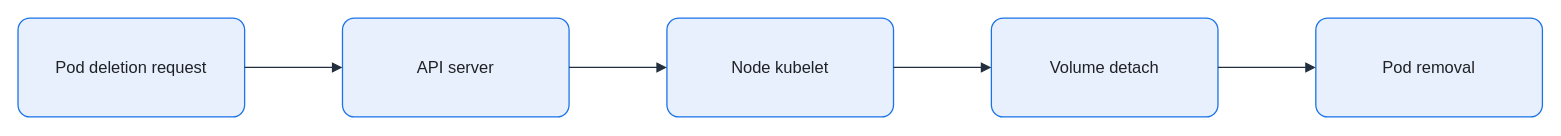
Above: assets/img/kubernetes/terminating-pod-troubleshooting.drawio in KKamJi98/kkamji98.github.io (draw.io), before the change. Source tidied: cells renumbered, new cells numbered last; positions are measured from the earlier drawing's top-left corner, leaving out a move shared by most shapes. Both pictures are drawn from the tidied source at 103%, with x=0, y=0 at pixel (18, 18).
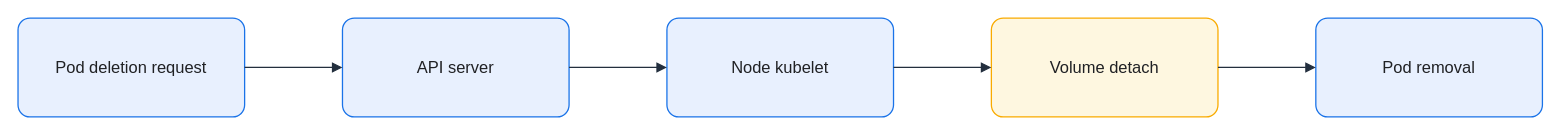
The same page after the edit.

What changed in the source:
```diff
@@
 <mxGraphModel background="#FFFFFF">
   <root>
     <mxCell id="0" />
     <mxCell id="1" parent="0" />
     <mxCell id="2" value="Pod deletion request" style="rounded=1;arcSize=12;whiteSpace=wrap;html=0;fillColor=#E8F0FE;strokeColor=#1A73E8;strokeWidth=1.25;fontColor=#202124;fontSize=16;align=center;verticalAlign=middle;spacing=8;shadow=0;" parent="1" vertex="1">
       <mxGeometry width="220" height="96" as="geometry" />
     </mxCell>
     <mxCell id="3" value="API server" style="rounded=1;arcSize=12;whiteSpace=wrap;html=0;fillColor=#E8F0FE;strokeColor=#1A73E8;strokeWidth=1.25;fontColor=#202124;fontSize=16;align=center;verticalAlign=middle;spacing=8;shadow=0;" parent="1" vertex="1">
       <mxGeometry x="315" width="220" height="96" as="geometry" />
     </mxCell>
     <mxCell id="4" value="Node kubelet" style="rounded=1;arcSize=12;whiteSpace=wrap;html=0;fillColor=#E8F0FE;strokeColor=#1A73E8;strokeWidth=1.25;fontColor=#202124;fontSize=16;align=center;verticalAlign=middle;spacing=8;shadow=0;" parent="1" vertex="1">
       <mxGeometry x="630" width="220" height="96" as="geometry" />
     </mxCell>
-    <mxCell id="5" value="Volume detach" style="rounded=1;arcSize=12;whiteSpace=wrap;html=0;fillColor=#E8F0FE;strokeColor=#1A73E8;strokeWidth=1.25;fontColor=#202124;fontSize=16;align=center;verticalAlign=middle;spacing=8;shadow=0;" parent="1" vertex="1">
+    <mxCell id="5" value="Volume detach" style="rounded=1;arcSize=12;whiteSpace=wrap;html=0;fillColor=#FEF7E0;strokeColor=#F9AB00;strokeWidth=1.25;fontColor=#202124;fontSize=16;align=center;verticalAlign=middle;spacing=8;shadow=0;" parent="1" vertex="1">
       <mxGeometry x="945" width="220" height="96" as="geometry" />
     </mxCell>
     <mxCell id="6" value="Pod removal" style="rounded=1;arcSize=12;whiteSpace=wrap;html=0;fillColor=#E8F0FE;strokeColor=#1A73E8;strokeWidth=1.25;fontColor=#202124;fontSize=16;align=center;verticalAlign=middle;spacing=8;shadow=0;" parent="1" vertex="1">
       <mxGeometry x="1260" width="220" height="96" as="geometry" />
     </mxCell>
     <mxCell id="7" style="edgeStyle=orthogonalEdgeStyle;rounded=0;jettySize=auto;html=0;endArrow=block;endFill=1;strokeColor=#232F3E;strokeWidth=1.25;fontColor=#202124;labelBackgroundColor=none;exitX=1;exitY=0.5;exitDx=0;exitDy=0;entryX=0;entryY=0.5;entryDx=0;entryDy=0;endSize=7;" parent="1" edge="1" source="2" target="3">
       <mxGeometry relative="1" as="geometry" />
     </mxCell>
     <mxCell id="8" style="edgeStyle=orthogonalEdgeStyle;rounded=0;jettySize=auto;html=0;endArrow=block;endFill=1;strokeColor=#232F3E;strokeWidth=1.25;fontColor=#202124;labelBackgroundColor=none;exitX=1;exitY=0.5;exitDx=0;exitDy=0;entryX=0;entryY=0.5;entryDx=0;entryDy=0;endSize=7;" parent="1" edge="1" source="3" target="4">
       <mxGeometry relative="1" as="geometry" />
     </mxCell>
     <mxCell id="9" style="edgeStyle=orthogonalEdgeStyle;rounded=0;jettySize=auto;html=0;endArrow=block;endFill=1;strokeColor=#232F3E;strokeWidth=1.25;fontColor=#202124;labelBackgroundColor=none;exitX=1;exitY=0.5;exitDx=0;exitDy=0;entryX=0;entryY=0.5;entryDx=0;entryDy=0;endSize=7;" parent="1" edge="1" source="4" target="5">
       <mxGeometry relative="1" as="geometry" />
     </mxCell>
     <mxCell id="10" style="edgeStyle=orthogonalEdgeStyle;rounded=0;jettySize=auto;html=0;endArrow=block;endFill=1;strokeColor=#232F3E;strokeWidth=1.25;fontColor=#202124;labelBackgroundColor=none;exitX=1;exitY=0.5;exitDx=0;exitDy=0;entryX=0;entryY=0.5;entryDx=0;entryDy=0;endSize=7;" parent="1" edge="1" source="5" target="6">
       <mxGeometry relative="1" as="geometry" />
     </mxCell>
   </root>
 </mxGraphModel>
```
